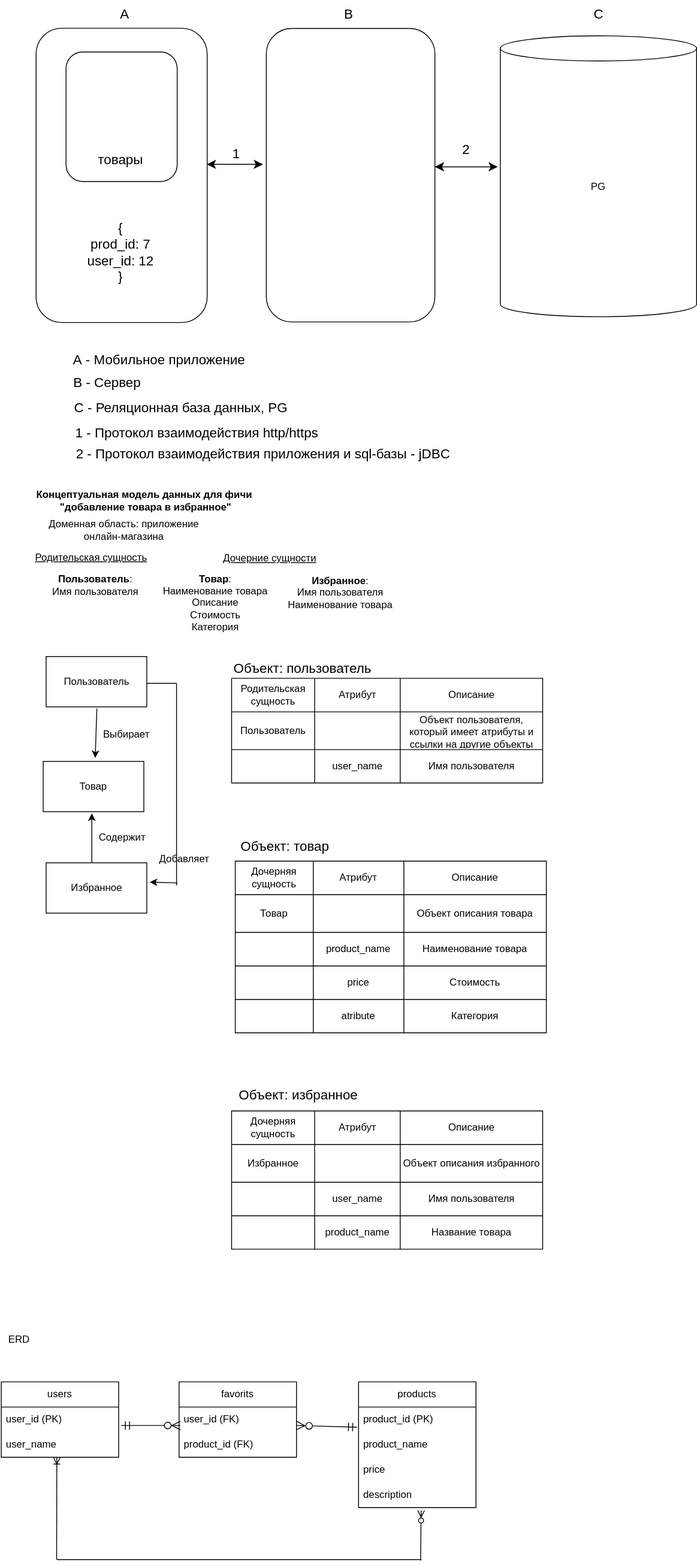
Above: Pasynkova_Olga/Functional_Requirement.drawio.svg in abdullahproff/BSA21_1 (draw.io), before the change. Source tidied: cells renumbered, new cells last; positions are measured from the earlier drawing's top-left corner, leaving out a move shared by most shapes.
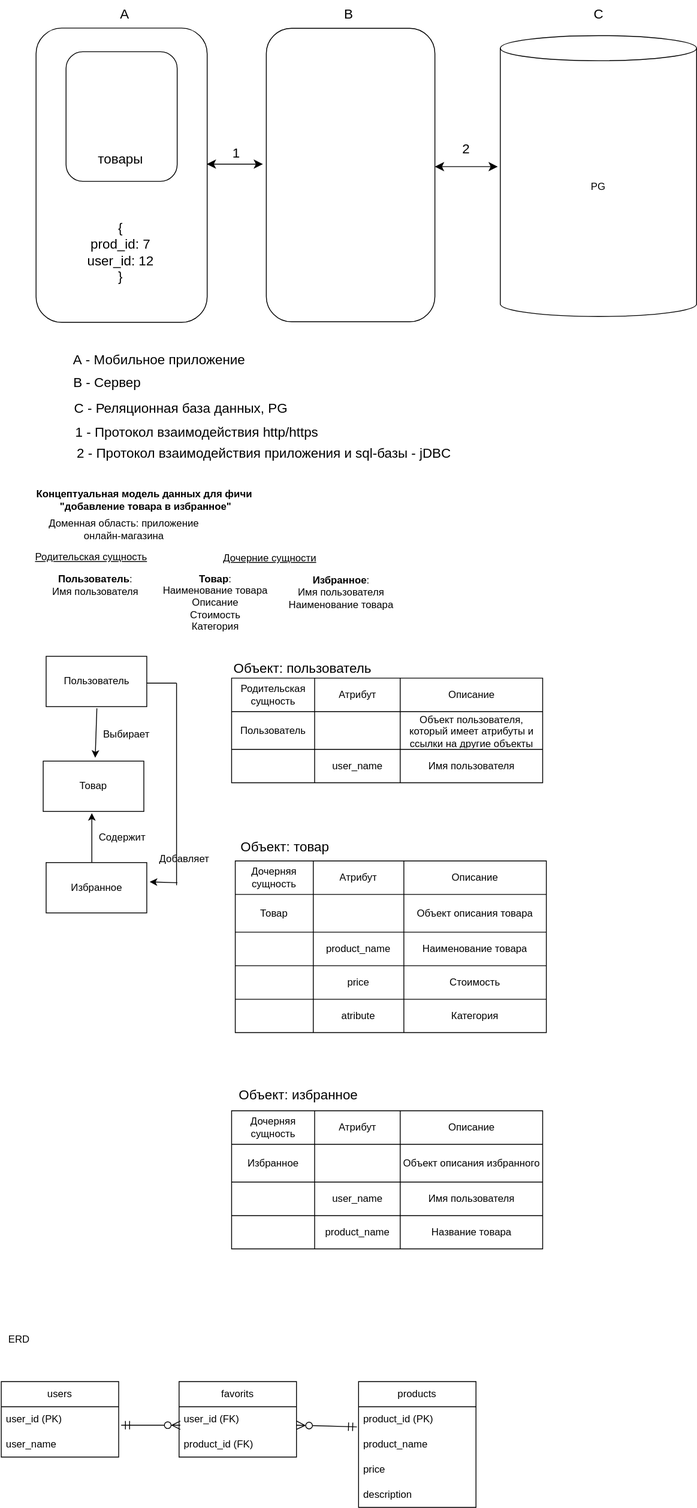
The same diagram one commit later.

Diff of the diagram source:
```diff
@@ -341,22 +341,5 @@
         <mxPoint x="456" y="1701" as="targetPoint" />
       </mxGeometry>
     </mxCell>
-    <mxCell id="106" style="endArrow=ERoneToMany;html=1;rounded=0;startArrow=none;startFill=0;endFill=0;" parent="1" edge="1">
-      <mxGeometry relative="1" as="geometry">
-        <mxPoint x="98" y="1859" as="sourcePoint" />
-        <mxPoint x="98.2" y="1737" as="targetPoint" />
-      </mxGeometry>
-    </mxCell>
-    <mxCell id="107" style="endArrow=none;html=1;rounded=0;" parent="1" edge="1">
-      <mxGeometry relative="1" as="geometry">
-        <mxPoint x="98.2" y="1859" as="sourcePoint" />
-        <mxPoint x="533" y="1859" as="targetPoint" />
-      </mxGeometry>
-    </mxCell>
-    <mxCell id="108" style="endArrow=ERzeroToMany;html=1;rounded=0;entryX=0.533;entryY=1.111;entryDx=0;entryDy=0;entryPerimeter=0;endFill=0;" parent="1" edge="1" target="99">
-      <mxGeometry relative="1" as="geometry">
-        <mxPoint x="532" y="1860" as="sourcePoint" />
-      </mxGeometry>
-    </mxCell>
   </root>
 </mxGraphModel>
```
